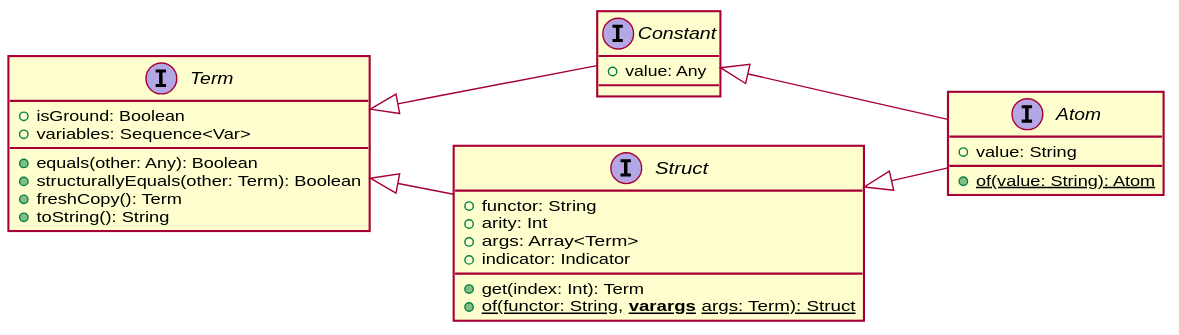
The PlantUML diagram img/atom.svg in gciatto-unibo/2p-kt-presentation, before a commit.
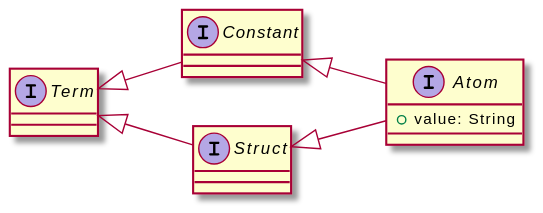
The same file after the commit.

Diff of the diagram source:
```diff
@@ -1,30 +1,14 @@
 @startuml
+left to right direction
 
-left to right direction
-skinparam shadowing false
+interface Term
 
-interface Term {
-  + isGround: Boolean
-  + variables: Sequence<Var>
-  + equals(other: Any): Boolean
-  + structurallyEquals(other: Term): Boolean
-  + freshCopy(): Term
-  + toString(): String
-}
-interface Constant {
-  + value: Any
-}
-interface Struct {
-  + functor: String
-  + arity: Int
-  + args: Array<Term>
-  + indicator: Indicator
-  + get(index: Int): Term
-  + {static} of(functor: String, **varargs** args: Term): Struct
-}
+interface Constant
+
+interface Struct
+
 interface Atom {
   + value: String
-  + {static} of(value: String): Atom
 }
 
 Term <|-- Struct
```
